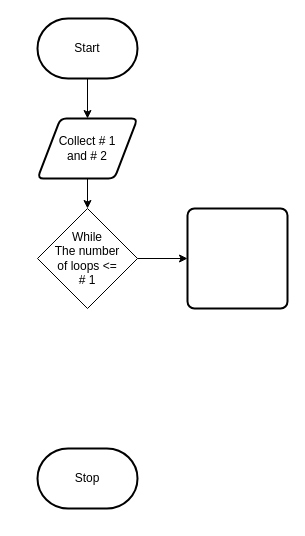
Before: design/flowchart.drawio in Adam-Batiuk/ICD2O-Unit-5-06-Adam-Batiuk, a draw.io diagram. Source tidied: cells renumbered, new cells numbered last; positions are measured from the earlier drawing's top-left corner, leaving out a move shared by most shapes. Both pictures are drawn from the tidied source at 100%, with x=0, y=0 at pixel (37, 18).
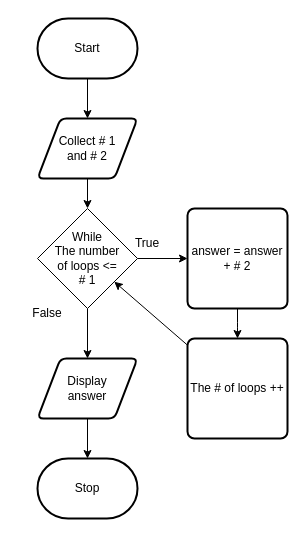
The same page after the edit.

The edit, as a diff of the source:
```diff
@@
 <mxGraphModel>
   <root>
     <mxCell id="0" />
     <mxCell id="1" parent="0" />
     <mxCell id="2" style="edgeStyle=none;html=1;" parent="1" edge="1" source="3" target="6">
       <mxGeometry relative="1" as="geometry">
         <Array as="points">
           <mxPoint x="50" y="100" />
         </Array>
       </mxGeometry>
     </mxCell>
     <mxCell id="3" value="Start" style="strokeWidth=2;html=1;shape=mxgraph.flowchart.terminator;whiteSpace=wrap;" parent="1" vertex="1">
       <mxGeometry width="100" height="60" as="geometry" />
     </mxCell>
     <mxCell id="4" value="Stop" style="strokeWidth=2;html=1;shape=mxgraph.flowchart.terminator;whiteSpace=wrap;" parent="1" vertex="1">
-      <mxGeometry y="430" width="100" height="60" as="geometry" />
+      <mxGeometry y="440" width="100" height="60" as="geometry" />
     </mxCell>
     <mxCell id="5" style="edgeStyle=none;html=1;" parent="1" edge="1" source="6" target="8">
       <mxGeometry relative="1" as="geometry" />
     </mxCell>
     <mxCell id="6" value="Collect # 1&lt;br&gt;and # 2" style="shape=parallelogram;html=1;strokeWidth=2;perimeter=parallelogramPerimeter;whiteSpace=wrap;rounded=1;arcSize=12;size=0.23;" parent="1" vertex="1">
       <mxGeometry y="100" width="100" height="60" as="geometry" />
     </mxCell>
     <mxCell id="7" style="edgeStyle=none;html=1;" parent="1" edge="1" source="8" target="9">
       <mxGeometry relative="1" as="geometry" />
     </mxCell>
+    <mxCell id="10" style="edgeStyle=none;html=1;" parent="1" edge="1" source="8" target="17">
+      <mxGeometry relative="1" as="geometry" />
+    </mxCell>
     <mxCell id="8" value="While&lt;br&gt;The number&lt;br&gt;of loops &amp;lt;=&lt;br&gt;# 1" style="rhombus;whiteSpace=wrap;html=1;" parent="1" vertex="1">
       <mxGeometry y="190" width="100" height="100" as="geometry" />
     </mxCell>
+    <mxCell id="11" style="edgeStyle=elbowEdgeStyle;html=1;" parent="1" edge="1" source="9" target="13">
+      <mxGeometry relative="1" as="geometry" />
+    </mxCell>
-    <mxCell id="9" style="rounded=1;whiteSpace=wrap;html=1;absoluteArcSize=1;arcSize=14;strokeWidth=2;" parent="1" vertex="1">
+    <mxCell id="9" value="answer = answer + # 2" style="rounded=1;whiteSpace=wrap;html=1;absoluteArcSize=1;arcSize=14;strokeWidth=2;" parent="1" vertex="1">
       <mxGeometry x="150" y="190" width="100" height="100" as="geometry" />
     </mxCell>
+    <mxCell id="12" style="edgeStyle=none;html=1;" parent="1" edge="1" source="13" target="8">
+      <mxGeometry relative="1" as="geometry" />
+    </mxCell>
+    <mxCell id="13" value="The # of loops ++" style="rounded=1;whiteSpace=wrap;html=1;absoluteArcSize=1;arcSize=14;strokeWidth=2;" parent="1" vertex="1">
+      <mxGeometry x="150" y="320" width="100" height="100" as="geometry" />
+    </mxCell>
+    <mxCell id="14" value="True" style="text;html=1;strokeColor=none;fillColor=none;align=center;verticalAlign=middle;whiteSpace=wrap;rounded=0;" parent="1" vertex="1">
+      <mxGeometry x="80" y="210" width="60" height="30" as="geometry" />
+    </mxCell>
+    <mxCell id="15" value="False" style="text;html=1;strokeColor=none;fillColor=none;align=center;verticalAlign=middle;whiteSpace=wrap;rounded=0;" parent="1" vertex="1">
+      <mxGeometry x="-20" y="280" width="60" height="30" as="geometry" />
+    </mxCell>
+    <mxCell id="16" style="edgeStyle=none;html=1;" parent="1" edge="1" source="17" target="4">
+      <mxGeometry relative="1" as="geometry" />
+    </mxCell>
+    <mxCell id="17" value="Display&lt;br&gt;answer" style="shape=parallelogram;html=1;strokeWidth=2;perimeter=parallelogramPerimeter;whiteSpace=wrap;rounded=1;arcSize=12;size=0.23;" parent="1" vertex="1">
+      <mxGeometry y="340" width="100" height="60" as="geometry" />
+    </mxCell>
   </root>
 </mxGraphModel>
```
